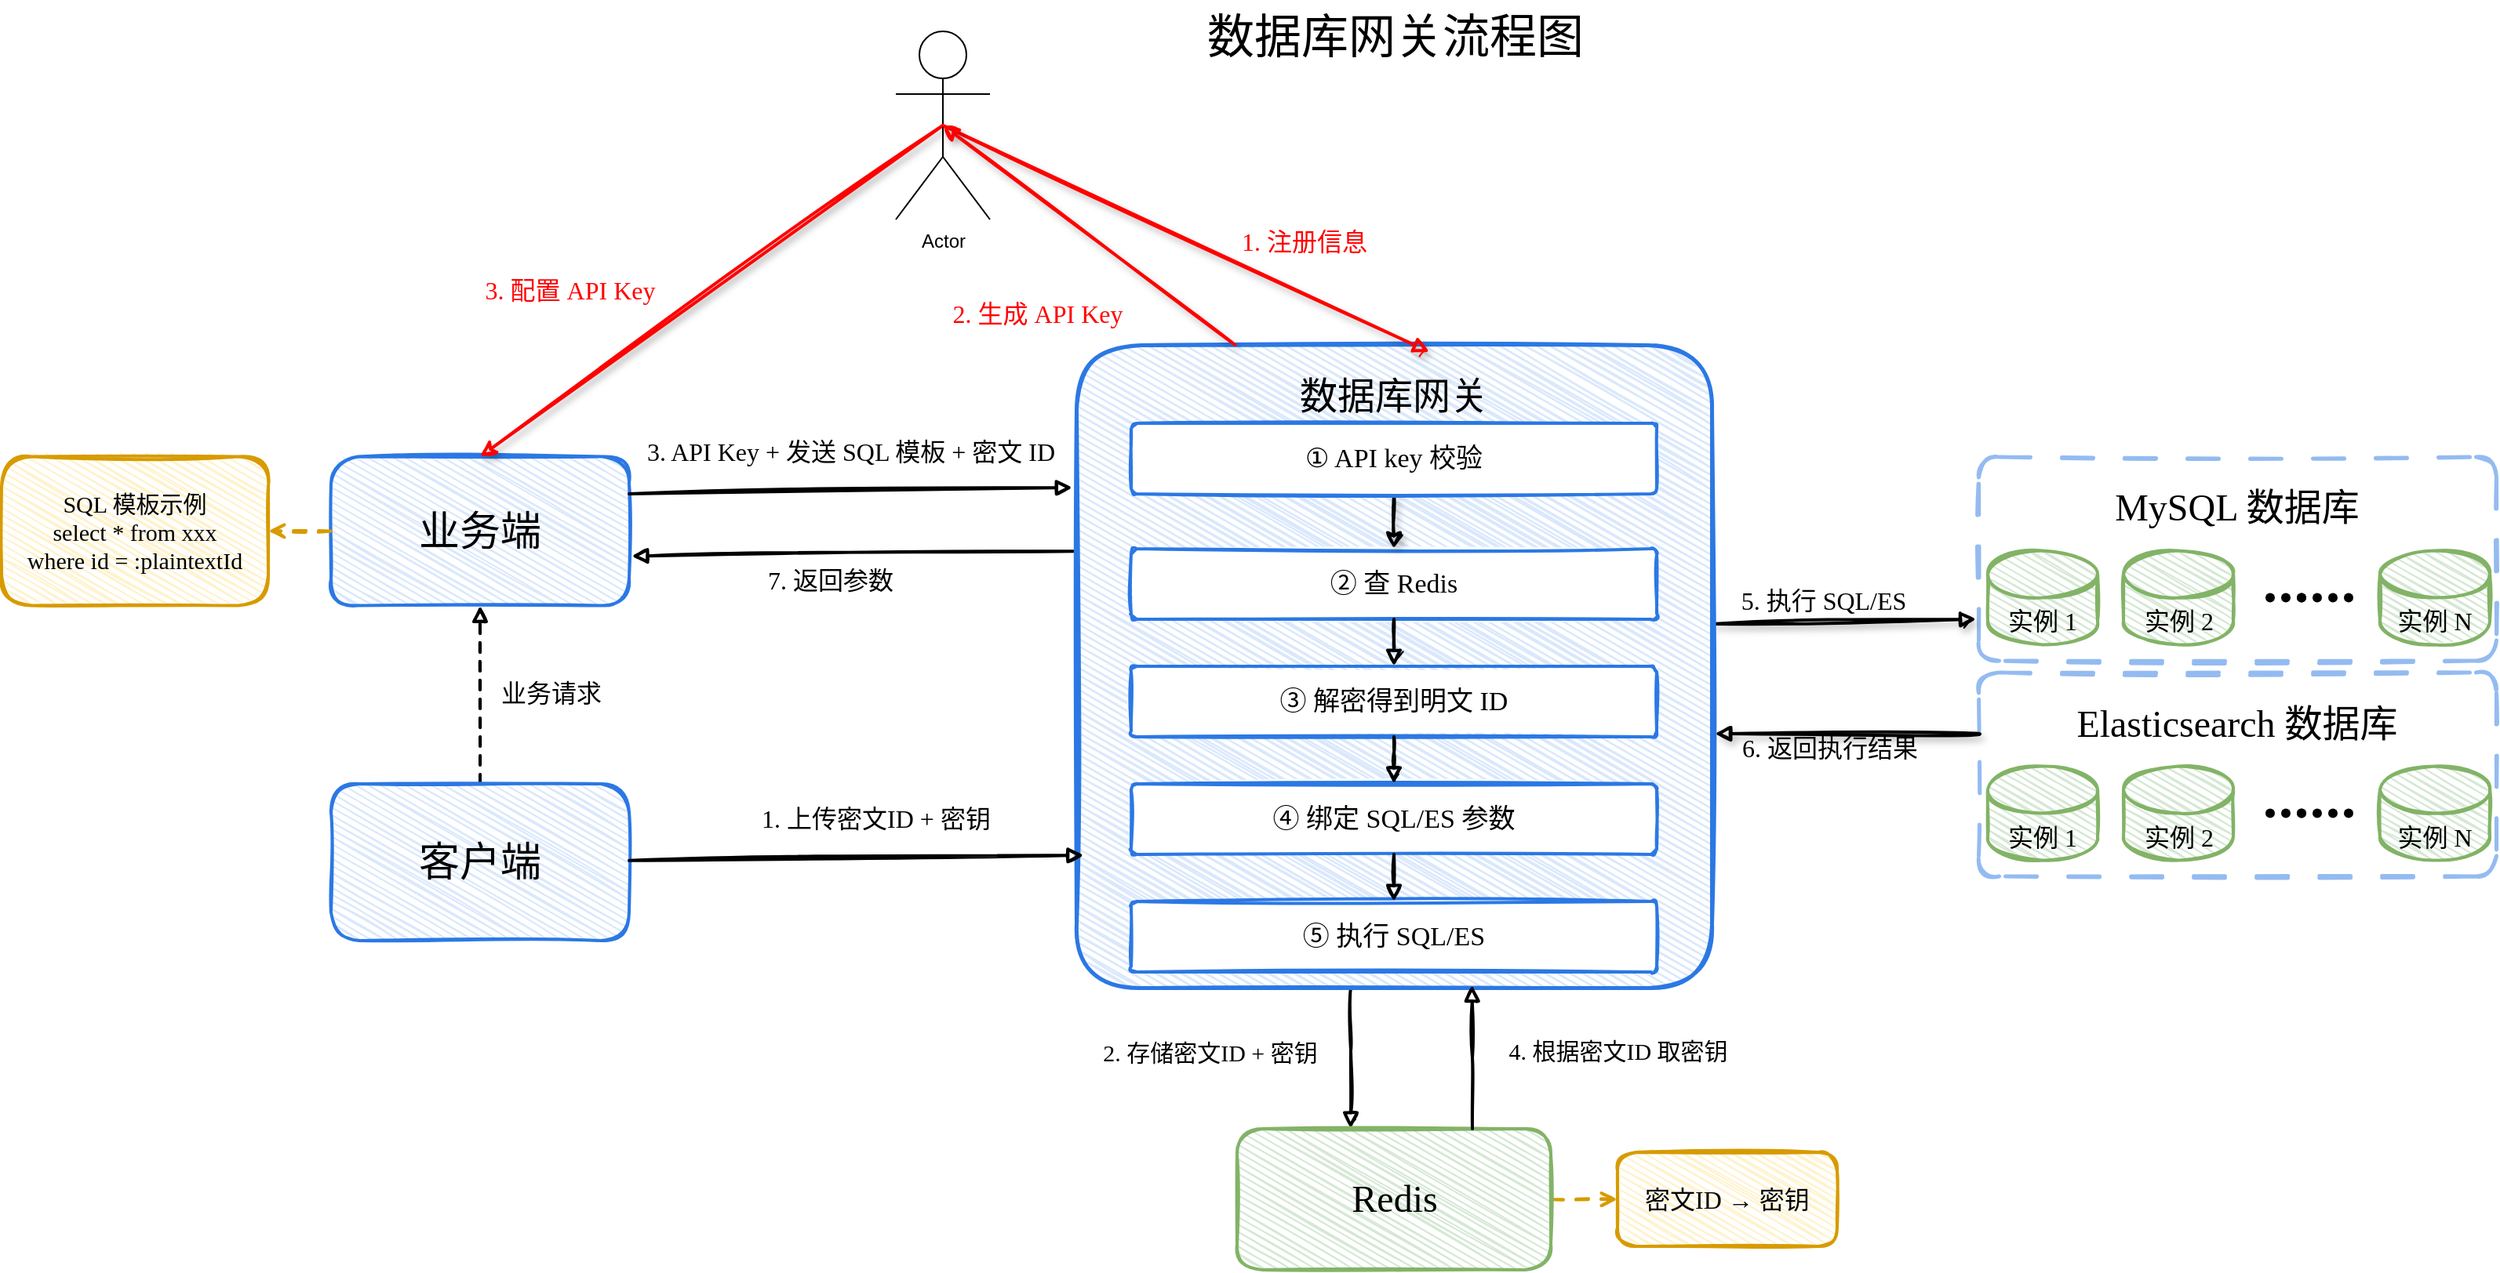
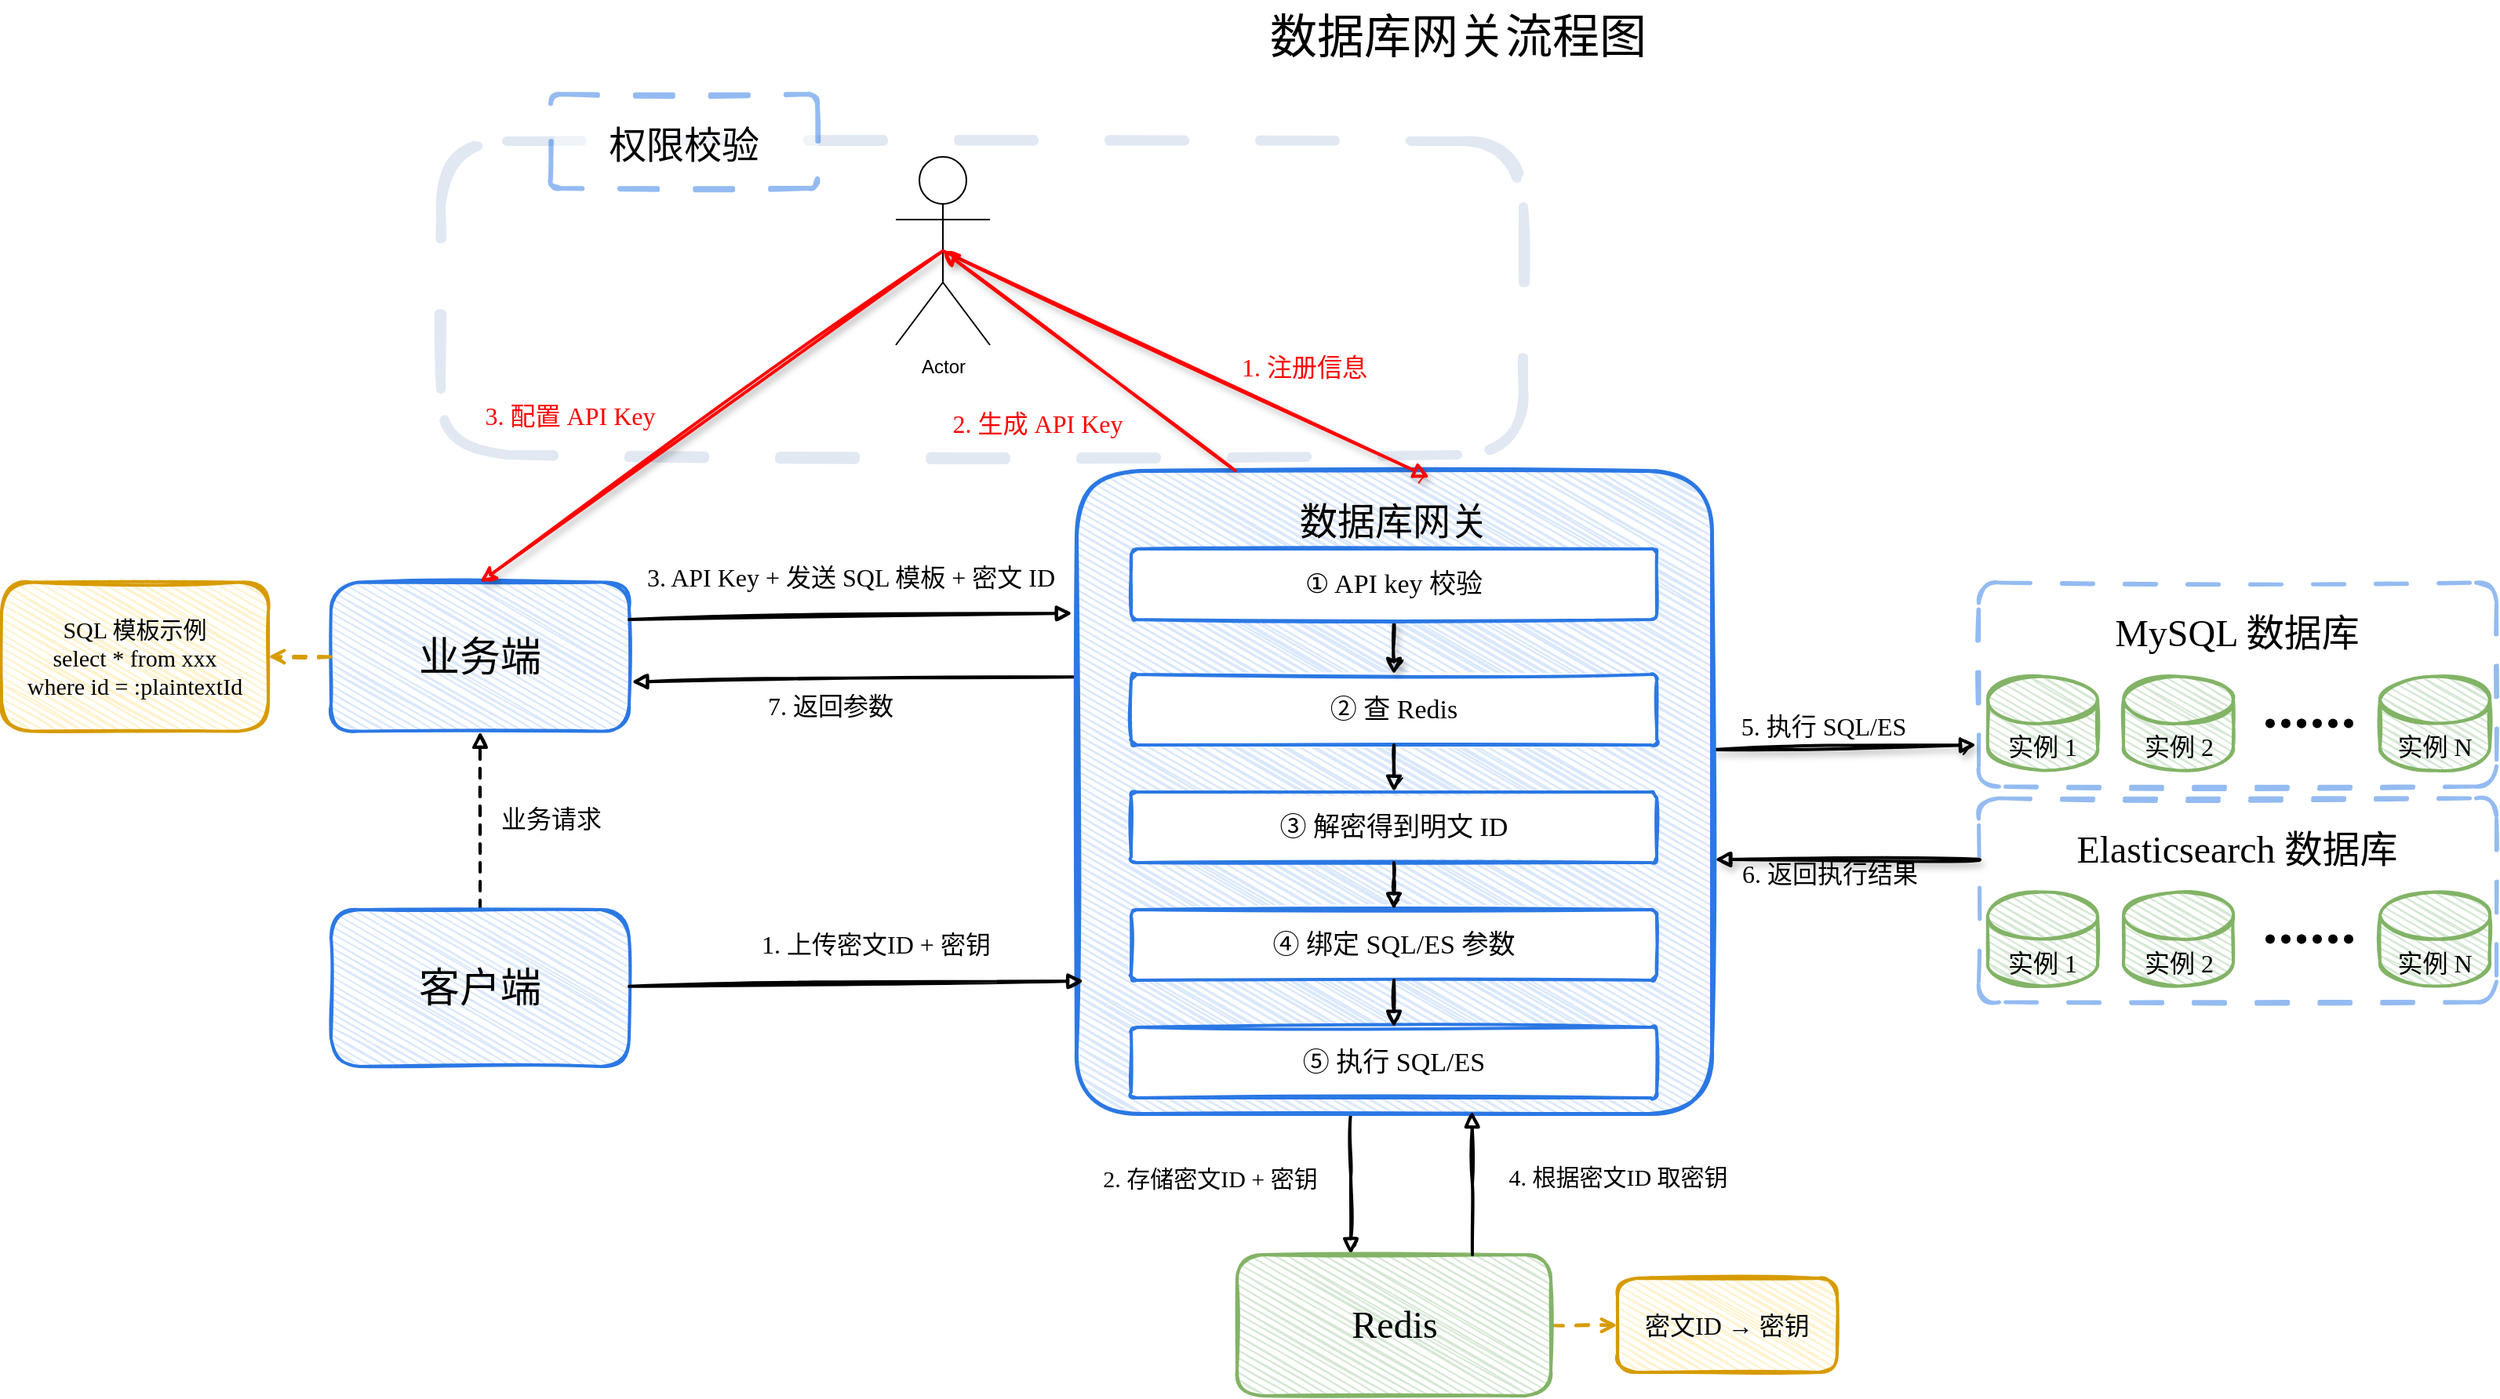
<mxfile host="app.diagrams.net">
  <diagram name="第 1 页" id="s7OTGI_WMHetZ46oxHzV">
-     <mxGraphModel dx="1993" dy="1438" grid="1" gridSize="10" guides="1" tooltips="1" connect="1" arrows="1" fold="1" page="1" pageScale="1" pageWidth="827" pageHeight="1169" math="0" shadow="0">
+     <mxGraphModel dx="1794" dy="1294" grid="1" gridSize="10" guides="1" tooltips="1" connect="1" arrows="1" fold="1" page="1" pageScale="1" pageWidth="827" pageHeight="1169" math="0" shadow="0">
      <root>
        <mxCell id="0" />
        <mxCell id="1" parent="0" />
+         <mxCell id="RZ1uo8Ke8g7JtcXH7kor-17" parent="1" style="rounded=1;whiteSpace=wrap;html=1;fillColor=none;strokeColor=#6c8ebf;dashed=1;dashPattern=8 8;strokeWidth=6;opacity=20;sketch=1;curveFitting=1;jiggle=2;arcSize=21;" value="" vertex="1">
+           <mxGeometry height="200" width="690" x="530" y="340" as="geometry" />
+         </mxCell>
        <mxCell id="vE7s3SZ7r_2w2PPExWCB-43" parent="1" style="rounded=1;whiteSpace=wrap;html=1;sketch=1;hachureGap=4;hachureAngle=60;strokeColor=#2B78E4;strokeWidth=2.5;align=center;verticalAlign=top;spacingTop=12;arcSize=10;fontFamily=Comic Sans MS;fontSize=24;fillColor=#FFFFFF;dashed=1;dashPattern=8 8;opacity=50;" value="MySQL 数据库" vertex="1">
          <mxGeometry height="130" width="330" x="1510" y="621.25" as="geometry" />
        </mxCell>
        <mxCell id="vE7s3SZ7r_2w2PPExWCB-3" parent="1" style="text;html=1;strokeColor=none;fillColor=none;align=center;verticalAlign=middle;fontSize=30;fontFamily=Comic Sans MS;" value="数据库网关流程图" vertex="1">
-           <mxGeometry height="45" width="280" x="997.5" y="330" as="geometry" />
+           <mxGeometry height="45" width="280" x="1037.5" y="250" as="geometry" />
        </mxCell>
        <mxCell id="vE7s3SZ7r_2w2PPExWCB-8" parent="1" style="rounded=1;whiteSpace=wrap;html=1;fillColor=#dae8fc;strokeColor=#2b78e4;strokeWidth=2;arcSize=18;fontSize=26;fontFamily=Comic Sans MS;sketch=1;hachureGap=4;hachureAngle=60;" value="业务端" vertex="1">
          <mxGeometry height="95" width="190" x="460" y="621.25" as="geometry" />
        </mxCell>
        <mxCell id="vE7s3SZ7r_2w2PPExWCB-31" edge="1" parent="1" source="vE7s3SZ7r_2w2PPExWCB-9" style="rounded=0;orthogonalLoop=1;jettySize=auto;html=1;exitX=0.5;exitY=0;exitDx=0;exitDy=0;entryX=0.5;entryY=1;entryDx=0;entryDy=0;sketch=1;strokeColor=#000000;strokeWidth=2;align=center;verticalAlign=middle;fontFamily=Comic Sans MS;fontSize=19;fontColor=default;labelBackgroundColor=none;endArrow=block;endFill=1;dashed=1;" target="vE7s3SZ7r_2w2PPExWCB-8">
          <mxGeometry relative="1" as="geometry" />
        </mxCell>
        <mxCell id="vE7s3SZ7r_2w2PPExWCB-32" connectable="0" parent="vE7s3SZ7r_2w2PPExWCB-31" style="edgeLabel;html=1;align=center;verticalAlign=middle;resizable=0;points=[];labelBackgroundColor=none;" value="&lt;font style=&quot;font-size: 16px;&quot; face=&quot;Comic Sans MS&quot;&gt;业务请求&lt;/font&gt;" vertex="1">
          <mxGeometry relative="1" x="0.0032" y="1" as="geometry">
            <mxPoint x="46" y="-1" as="offset" />
          </mxGeometry>
        </mxCell>
        <mxCell id="vE7s3SZ7r_2w2PPExWCB-9" parent="1" style="rounded=1;whiteSpace=wrap;html=1;fillColor=#dae8fc;strokeColor=#2b78e4;strokeWidth=2;arcSize=18;fontSize=26;fontFamily=Comic Sans MS;sketch=1;hachureGap=4;hachureAngle=60;" value="客户端" vertex="1">
          <mxGeometry height="100" width="190" x="460" y="830" as="geometry" />
        </mxCell>
        <mxCell id="vE7s3SZ7r_2w2PPExWCB-40" edge="1" parent="1" source="vE7s3SZ7r_2w2PPExWCB-12" style="rounded=0;orthogonalLoop=1;jettySize=auto;html=1;exitX=-0.001;exitY=0.321;exitDx=0;exitDy=0;entryX=1.008;entryY=0.668;entryDx=0;entryDy=0;entryPerimeter=0;sketch=1;strokeColor=#000000;strokeWidth=2;align=center;verticalAlign=middle;fontFamily=Comic Sans MS;fontSize=16;fontColor=default;labelBackgroundColor=none;endArrow=block;endFill=1;exitPerimeter=0;" target="vE7s3SZ7r_2w2PPExWCB-8">
          <mxGeometry relative="1" as="geometry" />
        </mxCell>
        <mxCell id="vE7s3SZ7r_2w2PPExWCB-41" connectable="0" parent="vE7s3SZ7r_2w2PPExWCB-40" style="edgeLabel;html=1;align=center;verticalAlign=middle;resizable=0;points=[];fontSize=16;fontFamily=Comic Sans MS;labelBackgroundColor=none;" value="7. 返回参数" vertex="1">
          <mxGeometry relative="1" x="0.1105" y="1" as="geometry">
            <mxPoint y="15" as="offset" />
          </mxGeometry>
        </mxCell>
        <mxCell id="vE7s3SZ7r_2w2PPExWCB-82" edge="1" parent="1" source="vE7s3SZ7r_2w2PPExWCB-12" style="rounded=1;orthogonalLoop=1;jettySize=auto;html=1;exitX=1.001;exitY=0.434;exitDx=0;exitDy=0;exitPerimeter=0;sketch=1;strokeColor=#000000;strokeWidth=2;align=center;verticalAlign=middle;fontFamily=Comic Sans MS;fontSize=16;fontColor=default;labelBackgroundColor=none;endArrow=block;endFill=1;entryX=-0.004;entryY=0.798;entryDx=0;entryDy=0;entryPerimeter=0;shadow=1;" target="vE7s3SZ7r_2w2PPExWCB-43">
          <mxGeometry relative="1" as="geometry">
            <mxPoint x="1526" y="761" as="targetPoint" />
          </mxGeometry>
        </mxCell>
        <mxCell id="vE7s3SZ7r_2w2PPExWCB-83" connectable="0" parent="vE7s3SZ7r_2w2PPExWCB-82" style="edgeLabel;html=1;align=center;verticalAlign=middle;resizable=0;points=[];labelBackgroundColor=none;" value="&lt;font style=&quot;font-size: 16px;&quot; face=&quot;Comic Sans MS&quot;&gt;5. 执行 SQL/ES&lt;/font&gt;" vertex="1">
          <mxGeometry relative="1" x="-0.1423" y="1" as="geometry">
            <mxPoint x="-2" y="-13" as="offset" />
          </mxGeometry>
        </mxCell>
        <mxCell id="vE7s3SZ7r_2w2PPExWCB-86" edge="1" parent="1" source="vE7s3SZ7r_2w2PPExWCB-12" style="edgeStyle=orthogonalEdgeStyle;rounded=0;orthogonalLoop=1;jettySize=auto;html=1;sketch=1;strokeColor=#000000;strokeWidth=2;align=center;verticalAlign=middle;fontFamily=Comic Sans MS;fontSize=15;fontColor=default;labelBackgroundColor=none;endArrow=block;endFill=1;" target="vE7s3SZ7r_2w2PPExWCB-84" value="">
          <mxGeometry relative="1" as="geometry">
            <Array as="points">
              <mxPoint x="1110" y="1000" />
              <mxPoint x="1110" y="1000" />
            </Array>
          </mxGeometry>
        </mxCell>
        <mxCell id="vE7s3SZ7r_2w2PPExWCB-87" connectable="0" parent="vE7s3SZ7r_2w2PPExWCB-86" style="edgeLabel;html=1;align=center;verticalAlign=middle;resizable=0;points=[];labelBackgroundColor=none;" value="&lt;span style=&quot;font-family: &amp;quot;Comic Sans MS&amp;quot;; font-size: 15px;&quot;&gt;2. 存储密文ID + 密钥&lt;/span&gt;" vertex="1">
          <mxGeometry relative="1" x="-0.2148" y="-2" as="geometry">
            <mxPoint x="-88" y="5" as="offset" />
          </mxGeometry>
        </mxCell>
        <mxCell id="vE7s3SZ7r_2w2PPExWCB-12" parent="1" style="rounded=1;whiteSpace=wrap;html=1;fillColor=#dae8fc;strokeColor=#2b78e4;strokeWidth=2.5;arcSize=10;fontSize=24;fontFamily=Comic Sans MS;sketch=1;hachureGap=4;hachureAngle=60;verticalAlign=top;spacingTop=12;" value="数据库网关" vertex="1">
          <mxGeometry height="410" width="405" x="935" y="550" as="geometry" />
        </mxCell>
        <mxCell id="vE7s3SZ7r_2w2PPExWCB-13" parent="1" style="rounded=1;whiteSpace=wrap;html=1;fillColor=#ffffff;strokeColor=#2b78e4;strokeWidth=2;arcSize=8;fontSize=17;fontFamily=Comic Sans MS;sketch=1;" value="② 查 Redis" vertex="1">
          <mxGeometry height="45" width="335" x="970" y="680" as="geometry" />
        </mxCell>
        <mxCell id="vE7s3SZ7r_2w2PPExWCB-14" parent="1" style="rounded=1;whiteSpace=wrap;html=1;fillColor=#ffffff;strokeColor=#2b78e4;strokeWidth=2;arcSize=8;fontSize=17;fontFamily=Comic Sans MS;sketch=1;" value="③ 解密得到明文 ID" vertex="1">
          <mxGeometry height="45" width="335" x="970" y="755" as="geometry" />
        </mxCell>
        <mxCell id="vE7s3SZ7r_2w2PPExWCB-15" parent="1" style="rounded=1;whiteSpace=wrap;html=1;fillColor=#ffffff;strokeColor=#2b78e4;strokeWidth=2;arcSize=8;fontSize=17;fontFamily=Comic Sans MS;sketch=1;" value="④ 绑定 SQL/ES 参数" vertex="1">
          <mxGeometry height="45" width="335" x="970" y="830" as="geometry" />
        </mxCell>
        <mxCell id="vE7s3SZ7r_2w2PPExWCB-16" parent="1" style="rounded=1;whiteSpace=wrap;html=1;fillColor=#ffffff;strokeColor=#2b78e4;strokeWidth=2;arcSize=8;fontSize=17;fontFamily=Comic Sans MS;sketch=1;" value="⑤ 执行 SQL/ES" vertex="1">
          <mxGeometry height="45" width="335" x="970" y="905" as="geometry" />
        </mxCell>
        <mxCell id="vE7s3SZ7r_2w2PPExWCB-17" parent="1" style="rounded=1;whiteSpace=wrap;html=1;fillColor=#fff2cc;strokeColor=#d79b00;strokeWidth=2;arcSize=20;fontSize=16;fontFamily=Comic Sans MS;sketch=1;hachureGap=4;hachureAngle=60;" value="密文ID → 密钥" vertex="1">
          <mxGeometry height="60" width="140" x="1280" y="1065" as="geometry" />
        </mxCell>
        <mxCell id="vE7s3SZ7r_2w2PPExWCB-18" parent="1" style="rounded=1;whiteSpace=wrap;html=1;fillColor=#fff2cc;strokeColor=#d79b00;strokeWidth=2;arcSize=20;fontSize=15;fontFamily=Comic Sans MS;sketch=1;hachureGap=4;hachureAngle=60;" value="SQL 模板示例&lt;br&gt;select * from xxx&lt;br&gt;where id = :plaintextId" vertex="1">
          <mxGeometry height="95" width="170" x="250" y="621.25" as="geometry" />
        </mxCell>
        <mxCell id="vE7s3SZ7r_2w2PPExWCB-19" edge="1" parent="1" source="vE7s3SZ7r_2w2PPExWCB-8" style="rounded=0;orthogonalLoop=1;jettySize=auto;html=1;endArrow=block;endFill=1;strokeColor=#000000;strokeWidth=2;fontSize=16;fontFamily=Comic Sans MS;sketch=1;labelBackgroundColor=none;exitX=1;exitY=0.25;exitDx=0;exitDy=0;entryX=-0.006;entryY=0.222;entryDx=0;entryDy=0;entryPerimeter=0;" target="vE7s3SZ7r_2w2PPExWCB-12" value="&lt;font style=&quot;color: rgb(0, 0, 0);&quot;&gt;3. &lt;font&gt;API Key&lt;/font&gt; + 发送 SQL 模板 + 密文 ID&lt;/font&gt;">
          <mxGeometry relative="1" x="0.0014" y="25" as="geometry">
            <mxPoint as="offset" />
          </mxGeometry>
        </mxCell>
        <mxCell id="vE7s3SZ7r_2w2PPExWCB-21" edge="1" parent="1" source="vE7s3SZ7r_2w2PPExWCB-9" style="rounded=0;orthogonalLoop=1;jettySize=auto;html=1;endArrow=block;endFill=1;strokeColor=#000000;strokeWidth=2;fontSize=16;fontFamily=Comic Sans MS;sketch=1;labelBackgroundColor=none;entryX=0.012;entryY=0.794;entryDx=0;entryDy=0;entryPerimeter=0;" target="vE7s3SZ7r_2w2PPExWCB-12" value="1. 上传密文ID + 密钥">
          <mxGeometry relative="1" x="0.0833" y="25" as="geometry">
            <mxPoint as="offset" />
          </mxGeometry>
        </mxCell>
        <mxCell id="vE7s3SZ7r_2w2PPExWCB-26" edge="1" parent="1" source="vE7s3SZ7r_2w2PPExWCB-13" style="edgeStyle=orthogonalEdgeStyle;rounded=0;orthogonalLoop=1;jettySize=auto;html=1;endArrow=block;endFill=1;strokeColor=#000000;strokeWidth=2;fontSize=1;fontFamily=Comic Sans MS;sketch=1;" target="vE7s3SZ7r_2w2PPExWCB-14" value="">
          <mxGeometry relative="1" as="geometry" />
        </mxCell>
        <mxCell id="vE7s3SZ7r_2w2PPExWCB-27" edge="1" parent="1" source="vE7s3SZ7r_2w2PPExWCB-14" style="edgeStyle=orthogonalEdgeStyle;rounded=0;orthogonalLoop=1;jettySize=auto;html=1;endArrow=block;endFill=1;strokeColor=#000000;strokeWidth=2;fontSize=1;fontFamily=Comic Sans MS;sketch=1;" target="vE7s3SZ7r_2w2PPExWCB-15" value="">
          <mxGeometry relative="1" as="geometry" />
        </mxCell>
        <mxCell id="vE7s3SZ7r_2w2PPExWCB-28" edge="1" parent="1" source="vE7s3SZ7r_2w2PPExWCB-15" style="edgeStyle=orthogonalEdgeStyle;rounded=0;orthogonalLoop=1;jettySize=auto;html=1;endArrow=block;endFill=1;strokeColor=#000000;strokeWidth=2;fontSize=1;fontFamily=Comic Sans MS;sketch=1;" target="vE7s3SZ7r_2w2PPExWCB-16" value="">
          <mxGeometry relative="1" as="geometry" />
        </mxCell>
        <mxCell id="vE7s3SZ7r_2w2PPExWCB-29" edge="1" parent="1" source="vE7s3SZ7r_2w2PPExWCB-84" style="edgeStyle=orthogonalEdgeStyle;rounded=0;orthogonalLoop=1;jettySize=auto;html=1;endArrow=open;endFill=1;strokeColor=#d79b00;strokeWidth=2;fontSize=16;fontFamily=Comic Sans MS;sketch=1;dashed=1;dashPattern=4 4;exitX=1;exitY=0.5;exitDx=0;exitDy=0;" target="vE7s3SZ7r_2w2PPExWCB-17" value="">
          <mxGeometry relative="1" as="geometry" />
        </mxCell>
        <mxCell id="vE7s3SZ7r_2w2PPExWCB-30" edge="1" parent="1" source="vE7s3SZ7r_2w2PPExWCB-8" style="edgeStyle=orthogonalEdgeStyle;rounded=0;orthogonalLoop=1;jettySize=auto;html=1;endArrow=open;endFill=1;strokeColor=#d79b00;strokeWidth=2;fontSize=16;fontFamily=Comic Sans MS;sketch=1;dashed=1;dashPattern=4 4;exitX=0;exitY=0.5;exitDx=0;exitDy=0;" target="vE7s3SZ7r_2w2PPExWCB-18" value="">
          <mxGeometry relative="1" as="geometry" />
        </mxCell>
        <mxCell id="vE7s3SZ7r_2w2PPExWCB-42" parent="1" style="shape=cylinder3;whiteSpace=wrap;html=1;boundedLbl=1;backgroundOutline=1;size=15;rounded=1;sketch=1;hachureGap=4;hachureAngle=60;strokeColor=#82b366;strokeWidth=2;align=center;verticalAlign=middle;arcSize=18;fontFamily=Comic Sans MS;fontSize=24;fillColor=#d5e8d4;" value="&lt;font style=&quot;font-size: 16px;&quot;&gt;实例 1&lt;/font&gt;" vertex="1">
          <mxGeometry height="60" width="70" x="1516" y="681.25" as="geometry" />
        </mxCell>
        <mxCell id="vE7s3SZ7r_2w2PPExWCB-45" parent="1" style="shape=cylinder3;whiteSpace=wrap;html=1;boundedLbl=1;backgroundOutline=1;size=15;rounded=1;sketch=1;hachureGap=4;hachureAngle=60;strokeColor=#82b366;strokeWidth=2;align=center;verticalAlign=middle;arcSize=18;fontFamily=Comic Sans MS;fontSize=24;fillColor=#d5e8d4;" value="&lt;font style=&quot;font-size: 16px;&quot;&gt;实例 2&lt;/font&gt;&lt;span style=&quot;color: rgba(0, 0, 0, 0); font-family: monospace; font-size: 0px; text-align: start; white-space: nowrap;&quot;&gt;%3CmxGraphModel%3E%3Croot%3E%3CmxCell%20id%3D%220%22%2F%3E%3CmxCell%20id%3D%221%22%20parent%3D%220%22%2F%3E%3CmxCell%20id%3D%222%22%20parent%3D%221%22%20style%3D%22shape%3Dcylinder3%3BwhiteSpace%3Dwrap%3Bhtml%3D1%3BboundedLbl%3D1%3BbackgroundOutline%3D1%3Bsize%3D15%3Brounded%3D1%3Bsketch%3D1%3BhachureGap%3D4%3BhachureAngle%3D60%3BstrokeColor%3D%232b78e4%3BstrokeWidth%3D2%3Balign%3Dcenter%3BverticalAlign%3Dmiddle%3BarcSize%3D18%3BfontFamily%3DComic%20Sans%20MS%3BfontSize%3D24%3BfontColor%3Ddefault%3BfillColor%3D%23dae8fc%3B%22%20value%3D%22%26lt%3Bfont%20style%3D%26quot%3Bfont-size%3A%2016px%3B%26quot%3B%26gt%3B%E5%AE%9E%E4%BE%8B%201%26lt%3B%2Ffont%26gt%3B%22%20vertex%3D%221%22%3E%3CmxGeometry%20height%3D%2260%22%20width%3D%2270%22%20x%3D%221660%22%20y%3D%221060%22%20as%3D%22geometry%22%2F%3E%3C%2FmxCell%3E%3C%2Froot%3E%3C%2FmxGraphModel%3E&lt;/span&gt;" vertex="1">
          <mxGeometry height="60" width="70" x="1602.5" y="681.25" as="geometry" />
        </mxCell>
        <mxCell id="vE7s3SZ7r_2w2PPExWCB-46" parent="1" style="shape=cylinder3;whiteSpace=wrap;html=1;boundedLbl=1;backgroundOutline=1;size=15;rounded=1;sketch=1;hachureGap=4;hachureAngle=60;strokeColor=#82b366;strokeWidth=2;align=center;verticalAlign=middle;arcSize=18;fontFamily=Comic Sans MS;fontSize=24;fillColor=#d5e8d4;" value="&lt;font style=&quot;font-size: 16px;&quot;&gt;实例 N&lt;/font&gt;" vertex="1">
          <mxGeometry height="60" width="70" x="1766" y="681.25" as="geometry" />
        </mxCell>
        <mxCell id="vE7s3SZ7r_2w2PPExWCB-47" parent="1" style="shape=waypoint;sketch=0;fillStyle=solid;size=6;pointerEvents=1;points=[];fillColor=none;resizable=0;rotatable=0;perimeter=centerPerimeter;snapToPoint=1;" value="" vertex="1">
          <mxGeometry height="20" width="20" x="1686" y="701.25" as="geometry" />
        </mxCell>
        <mxCell id="vE7s3SZ7r_2w2PPExWCB-48" parent="1" style="shape=waypoint;sketch=0;fillStyle=solid;size=6;pointerEvents=1;points=[];fillColor=none;resizable=0;rotatable=0;perimeter=centerPerimeter;snapToPoint=1;" value="" vertex="1">
          <mxGeometry height="20" width="20" x="1696" y="701.25" as="geometry" />
        </mxCell>
        <mxCell id="vE7s3SZ7r_2w2PPExWCB-49" parent="1" style="shape=waypoint;sketch=0;fillStyle=solid;size=6;pointerEvents=1;points=[];fillColor=none;resizable=0;rotatable=0;perimeter=centerPerimeter;snapToPoint=1;" value="" vertex="1">
          <mxGeometry height="20" width="20" x="1706" y="701.25" as="geometry" />
        </mxCell>
        <mxCell id="vE7s3SZ7r_2w2PPExWCB-54" parent="1" style="shape=waypoint;sketch=0;fillStyle=solid;size=6;pointerEvents=1;points=[];fillColor=none;resizable=0;rotatable=0;perimeter=centerPerimeter;snapToPoint=1;" value="" vertex="1">
          <mxGeometry height="20" width="20" x="1706" y="701.25" as="geometry" />
        </mxCell>
        <mxCell id="vE7s3SZ7r_2w2PPExWCB-55" parent="1" style="shape=waypoint;sketch=0;fillStyle=solid;size=6;pointerEvents=1;points=[];fillColor=none;resizable=0;rotatable=0;perimeter=centerPerimeter;snapToPoint=1;" value="" vertex="1">
          <mxGeometry height="20" width="20" x="1716" y="701.25" as="geometry" />
        </mxCell>
        <mxCell id="vE7s3SZ7r_2w2PPExWCB-56" parent="1" style="shape=waypoint;sketch=0;fillStyle=solid;size=6;pointerEvents=1;points=[];fillColor=none;resizable=0;rotatable=0;perimeter=centerPerimeter;snapToPoint=1;" value="" vertex="1">
          <mxGeometry height="20" width="20" x="1726" y="701.25" as="geometry" />
        </mxCell>
        <mxCell id="vE7s3SZ7r_2w2PPExWCB-57" parent="1" style="shape=waypoint;sketch=0;fillStyle=solid;size=6;pointerEvents=1;points=[];fillColor=none;resizable=0;rotatable=0;perimeter=centerPerimeter;snapToPoint=1;" value="" vertex="1">
          <mxGeometry height="20" width="20" x="1736" y="701.25" as="geometry" />
        </mxCell>
        <mxCell id="vE7s3SZ7r_2w2PPExWCB-67" parent="1" style="rounded=1;whiteSpace=wrap;html=1;sketch=1;hachureGap=4;hachureAngle=60;strokeWidth=2.5;align=center;verticalAlign=top;spacingTop=12;arcSize=10;fontFamily=Comic Sans MS;fontSize=24;dashed=1;dashPattern=8 8;fillColor=#FFFFFF;strokeColor=#2B78E4;opacity=50;" value="Elasticsearch 数据库" vertex="1">
          <mxGeometry height="130" width="330" x="1510" y="758.75" as="geometry" />
        </mxCell>
        <mxCell id="vE7s3SZ7r_2w2PPExWCB-68" parent="1" style="shape=cylinder3;whiteSpace=wrap;html=1;boundedLbl=1;backgroundOutline=1;size=15;rounded=1;sketch=1;hachureGap=4;hachureAngle=60;strokeColor=#82b366;strokeWidth=2;align=center;verticalAlign=middle;arcSize=18;fontFamily=Comic Sans MS;fontSize=24;fillColor=#d5e8d4;" value="&lt;font style=&quot;font-size: 16px;&quot;&gt;实例 1&lt;/font&gt;" vertex="1">
          <mxGeometry height="60" width="70" x="1516" y="818.75" as="geometry" />
        </mxCell>
        <mxCell id="vE7s3SZ7r_2w2PPExWCB-69" parent="1" style="shape=cylinder3;whiteSpace=wrap;html=1;boundedLbl=1;backgroundOutline=1;size=15;rounded=1;sketch=1;hachureGap=4;hachureAngle=60;strokeColor=#82b366;strokeWidth=2;align=center;verticalAlign=middle;arcSize=18;fontFamily=Comic Sans MS;fontSize=24;fillColor=#d5e8d4;" value="&lt;font style=&quot;font-size: 16px;&quot;&gt;实例 2&lt;/font&gt;&lt;span style=&quot;color: rgba(0, 0, 0, 0); font-family: monospace; font-size: 0px; text-align: start; white-space: nowrap;&quot;&gt;%3CmxGraphModel%3E%3Croot%3E%3CmxCell%20id%3D%220%22%2F%3E%3CmxCell%20id%3D%221%22%20parent%3D%220%22%2F%3E%3CmxCell%20id%3D%222%22%20parent%3D%221%22%20style%3D%22shape%3Dcylinder3%3BwhiteSpace%3Dwrap%3Bhtml%3D1%3BboundedLbl%3D1%3BbackgroundOutline%3D1%3Bsize%3D15%3Brounded%3D1%3Bsketch%3D1%3BhachureGap%3D4%3BhachureAngle%3D60%3BstrokeColor%3D%232b78e4%3BstrokeWidth%3D2%3Balign%3Dcenter%3BverticalAlign%3Dmiddle%3BarcSize%3D18%3BfontFamily%3DComic%20Sans%20MS%3BfontSize%3D24%3BfontColor%3Ddefault%3BfillColor%3D%23dae8fc%3B%22%20value%3D%22%26lt%3Bfont%20style%3D%26quot%3Bfont-size%3A%2016px%3B%26quot%3B%26gt%3B%E5%AE%9E%E4%BE%8B%201%26lt%3B%2Ffont%26gt%3B%22%20vertex%3D%221%22%3E%3CmxGeometry%20height%3D%2260%22%20width%3D%2270%22%20x%3D%221660%22%20y%3D%221060%22%20as%3D%22geometry%22%2F%3E%3C%2FmxCell%3E%3C%2Froot%3E%3C%2FmxGraphModel%3E&lt;/span&gt;" vertex="1">
          <mxGeometry height="60" width="70" x="1602.5" y="818.75" as="geometry" />
        </mxCell>
        <mxCell id="vE7s3SZ7r_2w2PPExWCB-70" parent="1" style="shape=cylinder3;whiteSpace=wrap;html=1;boundedLbl=1;backgroundOutline=1;size=15;rounded=1;sketch=1;hachureGap=4;hachureAngle=60;strokeColor=#82b366;strokeWidth=2;align=center;verticalAlign=middle;arcSize=18;fontFamily=Comic Sans MS;fontSize=24;fillColor=#d5e8d4;" value="&lt;font style=&quot;font-size: 16px;&quot;&gt;实例 N&lt;/font&gt;" vertex="1">
          <mxGeometry height="60" width="70" x="1766" y="818.75" as="geometry" />
        </mxCell>
        <mxCell id="vE7s3SZ7r_2w2PPExWCB-71" parent="1" style="shape=waypoint;sketch=0;fillStyle=solid;size=6;pointerEvents=1;points=[];fillColor=none;resizable=0;rotatable=0;perimeter=centerPerimeter;snapToPoint=1;" value="" vertex="1">
          <mxGeometry height="20" width="20" x="1686" y="838.75" as="geometry" />
        </mxCell>
        <mxCell id="vE7s3SZ7r_2w2PPExWCB-72" parent="1" style="shape=waypoint;sketch=0;fillStyle=solid;size=6;pointerEvents=1;points=[];fillColor=none;resizable=0;rotatable=0;perimeter=centerPerimeter;snapToPoint=1;" value="" vertex="1">
          <mxGeometry height="20" width="20" x="1696" y="838.75" as="geometry" />
        </mxCell>
        <mxCell id="vE7s3SZ7r_2w2PPExWCB-73" parent="1" style="shape=waypoint;sketch=0;fillStyle=solid;size=6;pointerEvents=1;points=[];fillColor=none;resizable=0;rotatable=0;perimeter=centerPerimeter;snapToPoint=1;" value="" vertex="1">
          <mxGeometry height="20" width="20" x="1706" y="838.75" as="geometry" />
        </mxCell>
        <mxCell id="vE7s3SZ7r_2w2PPExWCB-74" parent="1" style="shape=waypoint;sketch=0;fillStyle=solid;size=6;pointerEvents=1;points=[];fillColor=none;resizable=0;rotatable=0;perimeter=centerPerimeter;snapToPoint=1;" value="" vertex="1">
          <mxGeometry height="20" width="20" x="1706" y="838.75" as="geometry" />
        </mxCell>
        <mxCell id="vE7s3SZ7r_2w2PPExWCB-75" parent="1" style="shape=waypoint;sketch=0;fillStyle=solid;size=6;pointerEvents=1;points=[];fillColor=none;resizable=0;rotatable=0;perimeter=centerPerimeter;snapToPoint=1;" value="" vertex="1">
          <mxGeometry height="20" width="20" x="1716" y="838.75" as="geometry" />
        </mxCell>
        <mxCell id="vE7s3SZ7r_2w2PPExWCB-76" parent="1" style="shape=waypoint;sketch=0;fillStyle=solid;size=6;pointerEvents=1;points=[];fillColor=none;resizable=0;rotatable=0;perimeter=centerPerimeter;snapToPoint=1;" value="" vertex="1">
          <mxGeometry height="20" width="20" x="1726" y="838.75" as="geometry" />
        </mxCell>
        <mxCell id="vE7s3SZ7r_2w2PPExWCB-77" parent="1" style="shape=waypoint;sketch=0;fillStyle=solid;size=6;pointerEvents=1;points=[];fillColor=none;resizable=0;rotatable=0;perimeter=centerPerimeter;snapToPoint=1;" value="" vertex="1">
          <mxGeometry height="20" width="20" x="1736" y="838.75" as="geometry" />
        </mxCell>
        <mxCell id="vE7s3SZ7r_2w2PPExWCB-80" edge="1" parent="1" source="vE7s3SZ7r_2w2PPExWCB-67" style="rounded=0;orthogonalLoop=1;jettySize=auto;html=1;exitX=0.003;exitY=0.303;exitDx=0;exitDy=0;sketch=1;strokeColor=#000000;strokeWidth=2;align=center;verticalAlign=middle;fontFamily=Comic Sans MS;fontSize=16;fontColor=default;labelBackgroundColor=none;endArrow=block;endFill=1;exitPerimeter=0;shadow=1;curved=1;">
          <mxGeometry relative="1" as="geometry">
            <mxPoint x="1342" y="798" as="targetPoint" />
          </mxGeometry>
        </mxCell>
        <mxCell id="vE7s3SZ7r_2w2PPExWCB-81" connectable="0" parent="vE7s3SZ7r_2w2PPExWCB-80" style="edgeLabel;html=1;align=center;verticalAlign=middle;resizable=0;points=[];labelBackgroundColor=none;" value="&lt;font face=&quot;Comic Sans MS&quot; style=&quot;font-size: 16px;&quot;&gt;6. 返回执行结果&lt;/font&gt;" vertex="1">
          <mxGeometry relative="1" x="-0.2373" y="3" as="geometry">
            <mxPoint x="-32" y="6" as="offset" />
          </mxGeometry>
        </mxCell>
        <mxCell id="vE7s3SZ7r_2w2PPExWCB-84" parent="1" style="rounded=1;whiteSpace=wrap;html=1;fillColor=#d5e8d4;strokeColor=#82b366;strokeWidth=2;arcSize=18;fontSize=24;fontFamily=Comic Sans MS;sketch=1;hachureGap=4;hachureAngle=60;" value="Redis" vertex="1">
          <mxGeometry height="90" width="200" x="1037.5" y="1050" as="geometry" />
        </mxCell>
        <mxCell id="vE7s3SZ7r_2w2PPExWCB-88" edge="1" parent="1" source="vE7s3SZ7r_2w2PPExWCB-84" style="edgeStyle=orthogonalEdgeStyle;rounded=0;orthogonalLoop=1;jettySize=auto;html=1;exitX=0.75;exitY=0;exitDx=0;exitDy=0;entryX=0.623;entryY=0.996;entryDx=0;entryDy=0;entryPerimeter=0;sketch=1;strokeColor=#000000;strokeWidth=2;align=center;verticalAlign=middle;fontFamily=Comic Sans MS;fontSize=15;fontColor=default;labelBackgroundColor=none;endArrow=block;endFill=1;" target="vE7s3SZ7r_2w2PPExWCB-12">
          <mxGeometry relative="1" as="geometry" />
        </mxCell>
        <mxCell id="vE7s3SZ7r_2w2PPExWCB-90" connectable="0" parent="vE7s3SZ7r_2w2PPExWCB-88" style="edgeLabel;html=1;align=center;verticalAlign=middle;resizable=0;points=[];labelBackgroundColor=none;" value="&lt;span style=&quot;font-family: &amp;quot;Comic Sans MS&amp;quot;; font-size: 15px;&quot;&gt;4. 根据密文ID 取密钥&lt;/span&gt;" vertex="1">
          <mxGeometry relative="1" x="-0.3517" y="-1" as="geometry">
            <mxPoint x="91" y="-20" as="offset" />
          </mxGeometry>
        </mxCell>
        <mxCell id="RZ1uo8Ke8g7JtcXH7kor-9" edge="1" parent="1" source="RZ1uo8Ke8g7JtcXH7kor-1" style="rounded=0;orthogonalLoop=1;jettySize=auto;html=1;exitX=0.5;exitY=0.5;exitDx=0;exitDy=0;exitPerimeter=0;entryX=0.5;entryY=0;entryDx=0;entryDy=0;shadow=1;sketch=1;curveFitting=1;jiggle=2;strokeWidth=2;strokeColor=#FF0000;" target="vE7s3SZ7r_2w2PPExWCB-8">
          <mxGeometry relative="1" as="geometry" />
        </mxCell>
        <mxCell id="RZ1uo8Ke8g7JtcXH7kor-13" connectable="0" parent="RZ1uo8Ke8g7JtcXH7kor-9" style="edgeLabel;html=1;align=center;verticalAlign=middle;resizable=0;points=[];labelBackgroundColor=none;fontColor=#FF0000;" value="&lt;font style=&quot;font-size: 16px;&quot; face=&quot;Comic Sans MS&quot;&gt;3. 配置 API Key&lt;/font&gt;" vertex="1">
          <mxGeometry relative="1" x="0.1509" y="2" as="geometry">
            <mxPoint x="-69" y="-19" as="offset" />
          </mxGeometry>
        </mxCell>
        <mxCell id="RZ1uo8Ke8g7JtcXH7kor-1" parent="1" style="shape=umlActor;verticalLabelPosition=bottom;verticalAlign=top;html=1;outlineConnect=0;" value="Actor" vertex="1">
          <mxGeometry height="120" width="60" x="820" y="350" as="geometry" />
        </mxCell>
        <mxCell id="RZ1uo8Ke8g7JtcXH7kor-6" edge="1" parent="1" source="RZ1uo8Ke8g7JtcXH7kor-1" style="rounded=0;orthogonalLoop=1;jettySize=auto;html=1;exitX=0.5;exitY=0.5;exitDx=0;exitDy=0;exitPerimeter=0;entryX=0.556;entryY=0.011;entryDx=0;entryDy=0;entryPerimeter=0;sketch=1;strokeColor=#FF0000;strokeWidth=2;align=center;verticalAlign=middle;fontFamily=Comic Sans MS;fontSize=15;fontColor=default;labelBackgroundColor=none;endArrow=block;endFill=1;shadow=1;" target="vE7s3SZ7r_2w2PPExWCB-12">
          <mxGeometry relative="1" as="geometry" />
        </mxCell>
        <mxCell id="RZ1uo8Ke8g7JtcXH7kor-11" connectable="0" parent="RZ1uo8Ke8g7JtcXH7kor-6" style="edgeLabel;html=1;align=center;verticalAlign=middle;resizable=0;points=[];labelBackgroundColor=none;" value="&lt;font style=&quot;font-size: 16px; color: rgb(255, 0, 0);&quot; face=&quot;Comic Sans MS&quot;&gt;1. 注册信息&lt;/font&gt;" vertex="1">
          <mxGeometry relative="1" x="0.2404" as="geometry">
            <mxPoint x="38" y="-16" as="offset" />
          </mxGeometry>
        </mxCell>
        <mxCell id="RZ1uo8Ke8g7JtcXH7kor-7" edge="1" parent="1" source="vE7s3SZ7r_2w2PPExWCB-12" style="rounded=0;orthogonalLoop=1;jettySize=auto;html=1;exitX=0.25;exitY=0;exitDx=0;exitDy=0;entryX=0.5;entryY=0.5;entryDx=0;entryDy=0;entryPerimeter=0;shadow=1;sketch=1;curveFitting=1;jiggle=2;strokeWidth=2;strokeColor=#FF0000;" target="RZ1uo8Ke8g7JtcXH7kor-1">
          <mxGeometry relative="1" as="geometry" />
        </mxCell>
        <mxCell id="RZ1uo8Ke8g7JtcXH7kor-12" connectable="0" parent="RZ1uo8Ke8g7JtcXH7kor-7" style="edgeLabel;html=1;align=center;verticalAlign=middle;resizable=0;points=[];labelBackgroundColor=none;fontColor=#FF0000;" value="&lt;font style=&quot;font-size: 16px;&quot; face=&quot;Comic Sans MS&quot;&gt;2. 生成 API Key&lt;/font&gt;" vertex="1">
          <mxGeometry relative="1" x="0.0067" y="1" as="geometry">
-             <mxPoint x="-32" y="50" as="offset" />
+             <mxPoint x="-32" y="40" as="offset" />
          </mxGeometry>
        </mxCell>
        <mxCell id="RZ1uo8Ke8g7JtcXH7kor-15" edge="1" parent="1" source="RZ1uo8Ke8g7JtcXH7kor-14" style="rounded=0;orthogonalLoop=1;jettySize=auto;html=1;exitX=0.5;exitY=1;exitDx=0;exitDy=0;sketch=1;curveFitting=1;jiggle=2;shadow=1;strokeWidth=2;" target="vE7s3SZ7r_2w2PPExWCB-13">
          <mxGeometry relative="1" as="geometry" />
        </mxCell>
        <mxCell id="RZ1uo8Ke8g7JtcXH7kor-14" parent="1" style="rounded=1;whiteSpace=wrap;html=1;fillColor=#ffffff;strokeColor=#2b78e4;strokeWidth=2;arcSize=8;fontSize=17;fontFamily=Comic Sans MS;sketch=1;" value="① API key 校验" vertex="1">
          <mxGeometry height="45" width="335" x="970" y="600" as="geometry" />
+         </mxCell>
+         <mxCell id="RZ1uo8Ke8g7JtcXH7kor-19" parent="1" style="rounded=1;whiteSpace=wrap;html=1;sketch=1;hachureGap=4;hachureAngle=60;strokeColor=#2B78E4;strokeWidth=3;align=center;verticalAlign=top;spacingTop=12;arcSize=10;fontFamily=Comic Sans MS;fontSize=24;fillColor=#FFFFFF;dashed=1;dashPattern=8 8;opacity=50;" value="权限校验" vertex="1">
+           <mxGeometry height="60" width="170" x="600" y="310" as="geometry" />
        </mxCell>
      </root>
    </mxGraphModel>
  </diagram>
</mxfile>
